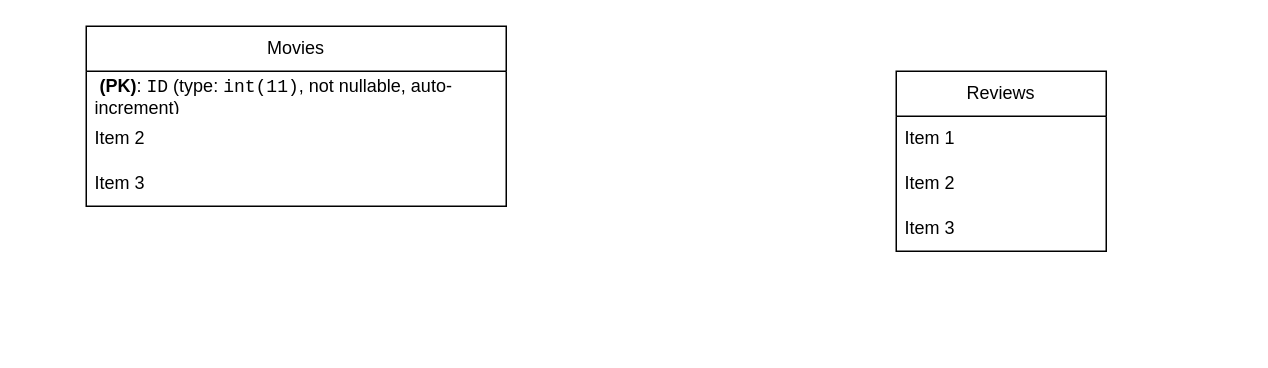
The draw.io diagram diagramma.drawio in alicemariaarrica/webapp-express, before the edit. Source tidied: cells renumbered, new cells numbered last; positions are measured from the earlier drawing's top-left corner, leaving out a move shared by most shapes. Both pictures are drawn from the tidied source at 150%, with x=0, y=0 at pixel (86, 26).
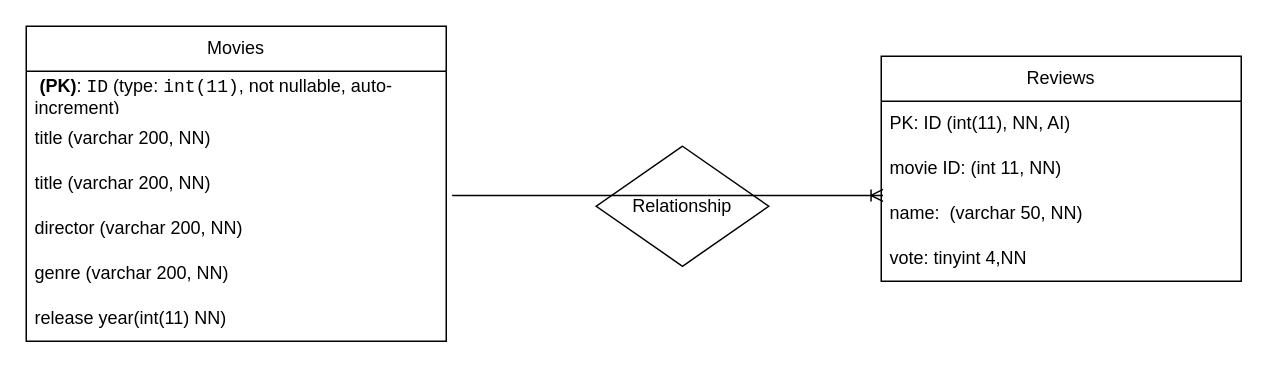
Above is the later version.

What changed in the source:
```diff
@@
 <mxGraphModel>
   <root>
     <mxCell id="0" />
     <mxCell id="1" parent="0" />
     <mxCell id="2" value="Movies" style="swimlane;fontStyle=0;horizontal=1;startSize=30;whiteSpace=wrap;html=1;" parent="1" vertex="1">
-      <mxGeometry width="280" height="120" as="geometry" />
+      <mxGeometry x="-40" width="280" height="210" as="geometry" />
     </mxCell>
     <mxCell id="3" value="&lt;strong&gt;&amp;nbsp;(PK)&lt;/strong&gt;: &lt;code&gt;ID&lt;/code&gt; (type: &lt;code&gt;int(11)&lt;/code&gt;, not nullable, auto-increment)" style="text;strokeColor=none;fillColor=none;align=left;verticalAlign=middle;spacingLeft=4;spacingRight=4;overflow=hidden;whiteSpace=wrap;html=1;" parent="2" vertex="1">
       <mxGeometry y="30" width="280" height="30" as="geometry" />
     </mxCell>
-    <mxCell id="4" value="Item 2" style="text;strokeColor=none;fillColor=none;align=left;verticalAlign=middle;spacingLeft=4;spacingRight=4;overflow=hidden;whiteSpace=wrap;html=1;" parent="2" vertex="1">
-      <mxGeometry y="60" width="280" height="30" as="geometry" />
-    </mxCell>
+    <mxCell id="10" value="title (varchar 200, NN)&amp;nbsp;" style="text;strokeColor=none;fillColor=none;align=left;verticalAlign=middle;spacingLeft=4;spacingRight=4;overflow=hidden;whiteSpace=wrap;html=1;" parent="2" vertex="1">
+      <mxGeometry y="60" width="280" height="30" as="geometry" />
+    </mxCell>
+    <mxCell id="11" value="title (varchar 200, NN)&amp;nbsp;" style="text;strokeColor=none;fillColor=none;align=left;verticalAlign=middle;spacingLeft=4;spacingRight=4;overflow=hidden;points=[[0,0.5],[1,0.5]];portConstraint=eastwest;whiteSpace=wrap;html=1;" parent="2" vertex="1">
+      <mxGeometry y="90" width="280" height="30" as="geometry" />
+    </mxCell>
-    <mxCell id="5" value="Item 3" style="text;strokeColor=none;fillColor=none;align=left;verticalAlign=middle;spacingLeft=4;spacingRight=4;overflow=hidden;whiteSpace=wrap;html=1;" parent="2" vertex="1">
-      <mxGeometry y="90" width="280" height="30" as="geometry" />
+    <mxCell id="5" value="director (varchar 200, NN)&amp;nbsp;" style="text;strokeColor=none;fillColor=none;align=left;verticalAlign=middle;spacingLeft=4;spacingRight=4;overflow=hidden;whiteSpace=wrap;html=1;" parent="2" vertex="1">
+      <mxGeometry y="120" width="280" height="30" as="geometry" />
     </mxCell>
+    <mxCell id="12" value="genre (varchar 200, NN)&amp;nbsp;" style="text;strokeColor=none;fillColor=none;align=left;verticalAlign=middle;spacingLeft=4;spacingRight=4;overflow=hidden;whiteSpace=wrap;html=1;" parent="2" vertex="1">
+      <mxGeometry y="150" width="280" height="30" as="geometry" />
+    </mxCell>
+    <mxCell id="13" value="release year(int(11) NN)" style="text;strokeColor=none;fillColor=none;align=left;verticalAlign=middle;spacingLeft=4;spacingRight=4;overflow=hidden;whiteSpace=wrap;html=1;" parent="2" vertex="1">
+      <mxGeometry y="180" width="280" height="30" as="geometry" />
+    </mxCell>
     <mxCell id="6" value="Reviews" style="swimlane;fontStyle=0;horizontal=1;startSize=30;whiteSpace=wrap;html=1;" parent="1" vertex="1">
-      <mxGeometry x="540" y="30" width="140" height="120" as="geometry" />
+      <mxGeometry x="530" y="20" width="240" height="150" as="geometry" />
     </mxCell>
-    <mxCell id="7" value="Item 1" style="text;strokeColor=none;fillColor=none;align=left;verticalAlign=middle;spacingLeft=4;spacingRight=4;overflow=hidden;whiteSpace=wrap;html=1;" parent="6" vertex="1">
-      <mxGeometry y="30" width="140" height="30" as="geometry" />
-    </mxCell>
-    <mxCell id="8" value="Item 2" style="text;strokeColor=none;fillColor=none;align=left;verticalAlign=middle;spacingLeft=4;spacingRight=4;overflow=hidden;whiteSpace=wrap;html=1;" parent="6" vertex="1">
-      <mxGeometry y="60" width="140" height="30" as="geometry" />
-    </mxCell>
-    <mxCell id="9" value="Item 3" style="text;strokeColor=none;fillColor=none;align=left;verticalAlign=middle;spacingLeft=4;spacingRight=4;overflow=hidden;whiteSpace=wrap;html=1;" parent="6" vertex="1">
-      <mxGeometry y="90" width="140" height="30" as="geometry" />
-    </mxCell>
+    <mxCell id="14" value="PK: ID (int(11), NN, AI)" style="text;strokeColor=none;fillColor=none;align=left;verticalAlign=middle;spacingLeft=4;spacingRight=4;overflow=hidden;whiteSpace=wrap;html=1;" parent="6" vertex="1">
+      <mxGeometry y="30" width="240" height="30" as="geometry" />
+    </mxCell>
+    <mxCell id="15" value="movie ID: (int 11, NN)" style="text;strokeColor=none;fillColor=none;align=left;verticalAlign=middle;spacingLeft=4;spacingRight=4;overflow=hidden;whiteSpace=wrap;html=1;" parent="6" vertex="1">
+      <mxGeometry y="60" width="240" height="30" as="geometry" />
+    </mxCell>
+    <mxCell id="16" value="name:&amp;nbsp; (varchar 50, NN)" style="text;strokeColor=none;fillColor=none;align=left;verticalAlign=middle;spacingLeft=4;spacingRight=4;overflow=hidden;points=[[0,0.5],[1,0.5]];portConstraint=eastwest;whiteSpace=wrap;html=1;" parent="6" vertex="1">
+      <mxGeometry y="90" width="240" height="30" as="geometry" />
+    </mxCell>
+    <mxCell id="17" value="vote: tinyint 4,NN" style="text;strokeColor=none;fillColor=none;align=left;verticalAlign=middle;spacingLeft=4;spacingRight=4;overflow=hidden;whiteSpace=wrap;html=1;" parent="6" vertex="1">
+      <mxGeometry y="120" width="240" height="30" as="geometry" />
+    </mxCell>
+    <mxCell id="18" value="Relationship" style="rhombus;whiteSpace=wrap;html=1;" parent="1" vertex="1">
+      <mxGeometry x="340" y="80" width="115" height="80" as="geometry" />
+    </mxCell>
+    <mxCell id="19" style="edgeStyle=entityRelationEdgeStyle;fontSize=12;html=1;endArrow=ERoneToMany;exitX=1.014;exitY=0.76;exitDx=0;exitDy=0;exitPerimeter=0;entryX=0.005;entryY=0.093;entryDx=0;entryDy=0;entryPerimeter=0;" parent="1" edge="1" source="11" target="16">
+      <mxGeometry relative="1" as="geometry" />
+    </mxCell>
   </root>
 </mxGraphModel>
```
